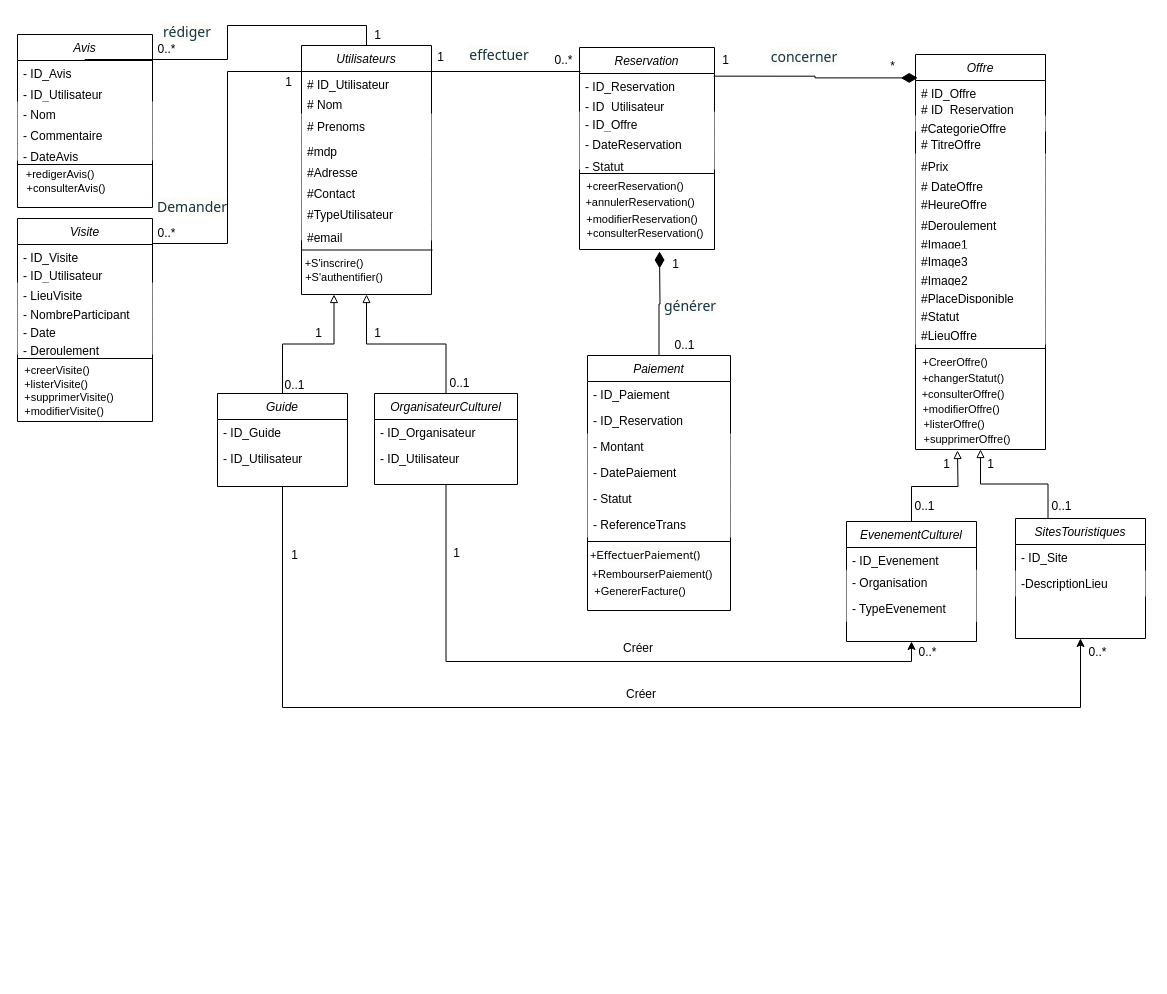
Earlier version of the draw.io diagram diagramme classe.drawio (louis-fresnel99/TpGasaL1). Source tidied: cells renumbered, new cells numbered last; positions are measured from the earlier drawing's top-left corner, leaving out a move shared by most shapes. Both pictures are drawn from the tidied source at 100%, with x=0, y=0 at pixel (17, 17).
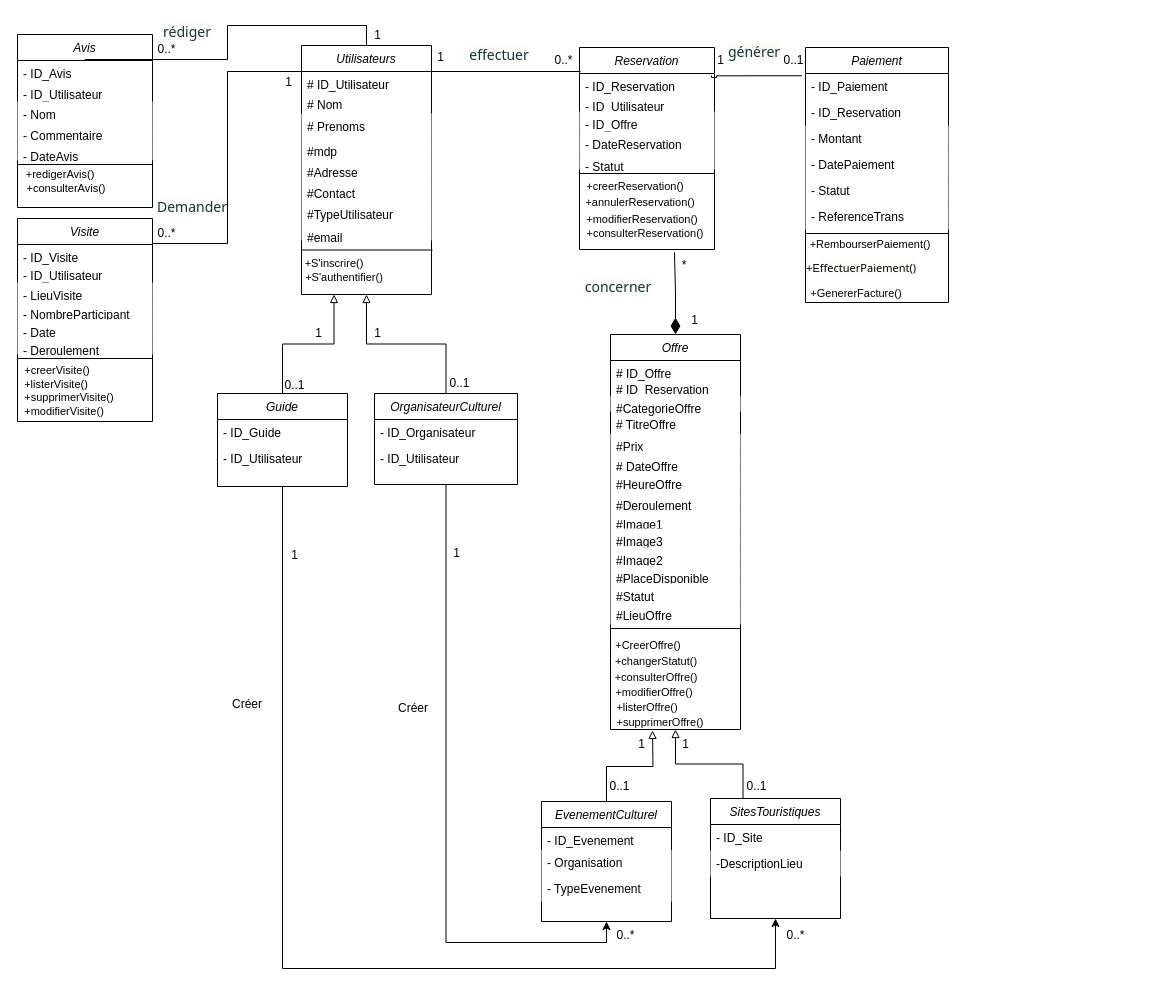
After the change.

Commit message:
Mettre à jour diagramme classe.drawio

The change refers to these unchanged cells:
```xml
<mxCell id="14" value="Guide" style="swimlane;fontStyle=2;align=center;verticalAlign=top;horizontal=1;startSize=26;rounded=0;shadow=0;strokeWidth=1;" parent="1" vertex="1">
  <mxGeometry x="200" y="376" width="130" height="93" as="geometry" />
</mxCell>
<mxCell id="19" value="OrganisateurCulturel" style="swimlane;fontStyle=2;align=center;verticalAlign=top;horizontal=1;startSize=26;rounded=0;shadow=0;strokeWidth=1;" parent="1" vertex="1">
  <mxGeometry x="357" y="376" width="143" height="91" as="geometry" />
</mxCell>
<mxCell id="23" value="- ID_Reservation" style="text;align=left;verticalAlign=top;spacingLeft=4;spacingRight=4;overflow=hidden;points=[[0,0.5],[1,0.5]];portConstraint=eastwest;" parent="22" vertex="1">
  <mxGeometry y="26" width="135" height="20" as="geometry" />
</mxCell>
<mxCell id="37" value="- ID_Paiement" style="text;align=left;verticalAlign=top;spacingLeft=4;spacingRight=4;overflow=hidden;points=[[0,0.5],[1,0.5]];portConstraint=eastwest;" parent="36" vertex="1">
  <mxGeometry y="26" width="143" height="26" as="geometry" />
</mxCell>
<mxCell id="46" value="EvenementCulturel" style="swimlane;fontStyle=2;align=center;verticalAlign=top;horizontal=1;startSize=26;rounded=0;shadow=0;strokeWidth=1;" parent="44" vertex="1">
  <mxGeometry y="467" width="130" height="120" as="geometry" />
</mxCell>
<mxCell id="51" value="SitesTouristiques" style="swimlane;fontStyle=2;align=center;verticalAlign=top;horizontal=1;startSize=26;rounded=0;shadow=0;strokeWidth=1;" parent="50" vertex="1">
  <mxGeometry x="-4" y="12" width="130" height="120" as="geometry" />
</mxCell>
<mxCell id="55" value="Offre" style="swimlane;fontStyle=2;align=center;verticalAlign=top;horizontal=1;startSize=26;rounded=0;shadow=0;strokeWidth=1;" parent="44" vertex="1">
  <mxGeometry x="69" width="130" height="395" as="geometry" />
</mxCell>
<mxCell id="56" value="# ID_Offre" style="text;align=left;verticalAlign=top;spacingLeft=4;spacingRight=4;overflow=hidden;points=[[0,0.5],[1,0.5]];portConstraint=eastwest;" parent="55" vertex="1">
  <mxGeometry y="26" width="130" height="16" as="geometry" />
</mxCell>
```

The edit, as a diff of the source:
```diff
@@
     <mxCell id="13" style="edgeStyle=orthogonalEdgeStyle;rounded=0;jettySize=auto;html=1;entryX=0.5;entryY=1;entryDx=0;entryDy=0;" parent="1" edge="1" source="14" target="51">
       <mxGeometry relative="1" as="geometry">
         <Array as="points">
-          <mxPoint x="265" y="690" />
-          <mxPoint x="1063" y="690" />
+          <mxPoint x="265" y="951" />
+          <mxPoint x="758" y="951" />
         </Array>
       </mxGeometry>
     </mxCell>
@@
     <mxCell id="18" style="edgeStyle=orthogonalEdgeStyle;rounded=0;jettySize=auto;html=1;entryX=0.5;entryY=1;entryDx=0;entryDy=0;" parent="1" edge="1" source="19" target="46">
       <mxGeometry relative="1" as="geometry">
         <Array as="points">
-          <mxPoint x="428" y="644" />
-          <mxPoint x="894" y="644" />
+          <mxPoint x="429" y="925" />
+          <mxPoint x="589" y="925" />
         </Array>
       </mxGeometry>
     </mxCell>
@@
     <mxCell id="36" value="Paiement" style="swimlane;fontStyle=2;align=center;verticalAlign=top;horizontal=1;startSize=26;rounded=0;shadow=0;strokeWidth=1;" parent="1" vertex="1">
-      <mxGeometry x="570" y="338" width="143" height="255" as="geometry" />
+      <mxGeometry x="788" y="30" width="143" height="255" as="geometry" />
     </mxCell>
@@
     <mxCell id="44" style="group;" parent="1" vertex="1">
-      <mxGeometry x="829" y="37" width="303" height="564" as="geometry" />
+      <mxGeometry x="524" y="317" width="303" height="564" as="geometry" />
     </mxCell>
@@
-    <mxCell id="71" value="*" style="text;html=1;align=center;verticalAlign=middle;whiteSpace=wrap;rounded=0;" parent="44" vertex="1">
-      <mxGeometry x="37" y="-3" width="19" height="30" as="geometry" />
-    </mxCell>
@@
-    <mxCell id="77" style="endArrow=none;html=1;endSize=12;startArrow=diamondThin;startSize=14;startFill=1;edgeStyle=orthogonalEdgeStyle;align=left;verticalAlign=bottom;rounded=0;entryX=0.5;entryY=0;entryDx=0;entryDy=0;" parent="1" edge="1" target="36">
-      <mxGeometry x="-1" y="3" relative="1" as="geometry">
-        <mxPoint x="642" y="234" as="sourcePoint" />
-      </mxGeometry>
-    </mxCell>
-    <mxCell id="78" style="endArrow=none;html=1;endSize=12;startArrow=diamondThin;startSize=14;startFill=1;edgeStyle=orthogonalEdgeStyle;align=left;verticalAlign=bottom;rounded=0;exitX=0.017;exitY=-0.162;exitDx=0;exitDy=0;exitPerimeter=0;entryX=0.994;entryY=0.133;entryDx=0;entryDy=0;entryPerimeter=0;" parent="1" edge="1" source="56" target="23">
-      <mxGeometry x="-1" y="3" relative="1" as="geometry" />
-    </mxCell>
@@
     <mxCell id="83" value="1" style="text;html=1;align=center;verticalAlign=middle;whiteSpace=wrap;rounded=0;" parent="1" vertex="1">
-      <mxGeometry x="699" y="28" width="19" height="30" as="geometry" />
+      <mxGeometry x="694" y="28" width="19" height="30" as="geometry" />
     </mxCell>
-    <mxCell id="84" value="1" style="text;html=1;align=center;verticalAlign=middle;whiteSpace=wrap;rounded=0;" parent="1" vertex="1">
-      <mxGeometry x="649" y="232" width="19" height="30" as="geometry" />
-    </mxCell>
     <mxCell id="85" value="0..1" style="text;html=1;align=center;verticalAlign=middle;whiteSpace=wrap;rounded=0;" parent="1" vertex="1">
-      <mxGeometry x="658" y="313" width="19" height="30" as="geometry" />
+      <mxGeometry x="767" y="28" width="19" height="30" as="geometry" />
     </mxCell>
@@
     <mxCell id="87" value="0..*" style="text;html=1;align=center;verticalAlign=middle;whiteSpace=wrap;rounded=0;" parent="1" vertex="1">
-      <mxGeometry x="1071" y="620" width="19" height="30" as="geometry" />
+      <mxGeometry x="599" y="903" width="19" height="30" as="geometry" />
     </mxCell>
@@
     <mxCell id="89" value="0..*" style="text;html=1;align=center;verticalAlign=middle;whiteSpace=wrap;rounded=0;" parent="1" vertex="1">
-      <mxGeometry x="901" y="620" width="19" height="30" as="geometry" />
+      <mxGeometry x="769" y="903" width="19" height="30" as="geometry" />
     </mxCell>
@@
     <mxCell id="91" value="Créer" style="text;html=1;align=center;verticalAlign=middle;whiteSpace=wrap;rounded=0;" parent="1" vertex="1">
-      <mxGeometry x="591" y="616" width="60" height="30" as="geometry" />
+      <mxGeometry x="200" y="672" width="60" height="30" as="geometry" />
     </mxCell>
     <mxCell id="92" value="Créer" style="text;html=1;align=center;verticalAlign=middle;whiteSpace=wrap;rounded=0;" parent="1" vertex="1">
-      <mxGeometry x="594" y="666" width="60" height="22" as="geometry" />
+      <mxGeometry x="366" y="680" width="60" height="22" as="geometry" />
     </mxCell>
@@
     <mxCell id="98" value="&lt;span style=&quot;color: oklch(0.304 0.04 213.681); font-family: fkGroteskNeue, &amp;quot;fkGroteskNeue Fallback&amp;quot;, ui-sans-serif, system-ui, -apple-system, BlinkMacSystemFont, &amp;quot;Segoe UI&amp;quot;, Roboto, &amp;quot;Helvetica Neue&amp;quot;, Arial, &amp;quot;Noto Sans&amp;quot;, sans-serif, &amp;quot;Apple Color Emoji&amp;quot;, &amp;quot;Segoe UI Emoji&amp;quot;, &amp;quot;Segoe UI Symbol&amp;quot;, &amp;quot;Noto Color Emoji&amp;quot;; font-size: 14px; text-align: start; background-color: oklch(0.99 0.004 106.471);&quot;&gt;générer&lt;/span&gt;" style="text;html=1;align=center;verticalAlign=middle;whiteSpace=wrap;rounded=0;" parent="1" vertex="1">
-      <mxGeometry x="643" y="274" width="60" height="30" as="geometry" />
+      <mxGeometry x="707" y="20" width="60" height="30" as="geometry" />
     </mxCell>
     <mxCell id="99" value="&lt;span style=&quot;color: oklch(0.304 0.04 213.681); font-family: fkGroteskNeue, &amp;quot;fkGroteskNeue Fallback&amp;quot;, ui-sans-serif, system-ui, -apple-system, BlinkMacSystemFont, &amp;quot;Segoe UI&amp;quot;, Roboto, &amp;quot;Helvetica Neue&amp;quot;, Arial, &amp;quot;Noto Sans&amp;quot;, sans-serif, &amp;quot;Apple Color Emoji&amp;quot;, &amp;quot;Segoe UI Emoji&amp;quot;, &amp;quot;Segoe UI Symbol&amp;quot;, &amp;quot;Noto Color Emoji&amp;quot;; font-size: 14px; text-align: start; background-color: oklch(0.99 0.004 106.471);&quot;&gt;concerner&lt;/span&gt;" style="text;html=1;align=center;verticalAlign=middle;whiteSpace=wrap;rounded=0;" parent="1" vertex="1">
-      <mxGeometry x="757" y="25" width="60" height="30" as="geometry" />
+      <mxGeometry x="571" y="255" width="60" height="30" as="geometry" />
     </mxCell>
@@
     <mxCell id="115" value="&lt;font style=&quot;font-size: 11px; color: rgb(0, 0, 0);&quot;&gt;+E&lt;span style=&quot;font-family: fkGroteskNeue, &amp;quot;fkGroteskNeue Fallback&amp;quot;, ui-sans-serif, system-ui, -apple-system, BlinkMacSystemFont, &amp;quot;Segoe UI&amp;quot;, Roboto, &amp;quot;Helvetica Neue&amp;quot;, Arial, &amp;quot;Noto Sans&amp;quot;, sans-serif, &amp;quot;Apple Color Emoji&amp;quot;, &amp;quot;Segoe UI Emoji&amp;quot;, &amp;quot;Segoe UI Symbol&amp;quot;, &amp;quot;Noto Color Emoji&amp;quot;; text-align: left; background-color: oklch(0.99 0.004 106.471);&quot;&gt;ffectuerPaiement()&lt;/span&gt;&lt;/font&gt;" style="text;html=1;align=center;verticalAlign=middle;whiteSpace=wrap;rounded=0;" parent="1" vertex="1">
-      <mxGeometry x="598" y="530" width="60" height="15" as="geometry" />
+      <mxGeometry x="814" y="243" width="60" height="15" as="geometry" />
     </mxCell>
     <mxCell id="116" value="&lt;font style=&quot;font-size: 11px;&quot;&gt;+RembourserPaiement()&lt;/font&gt;" style="text;html=1;align=center;verticalAlign=middle;whiteSpace=wrap;rounded=0;" parent="1" vertex="1">
-      <mxGeometry x="605" y="549" width="60" height="15" as="geometry" />
+      <mxGeometry x="823" y="219" width="60" height="15" as="geometry" />
     </mxCell>
     <mxCell id="117" value="&lt;font style=&quot;font-size: 11px;&quot;&gt;+GenererFacture()&lt;/font&gt;" style="text;html=1;align=center;verticalAlign=middle;whiteSpace=wrap;rounded=0;" parent="1" vertex="1">
-      <mxGeometry x="593" y="566" width="60" height="15" as="geometry" />
+      <mxGeometry x="809" y="268" width="60" height="15" as="geometry" />
     </mxCell>
     <mxCell id="118" value="&lt;font style=&quot;font-size: 11px;&quot;&gt;+CreerOffre()&lt;/font&gt;" style="text;html=1;align=center;verticalAlign=middle;whiteSpace=wrap;rounded=0;" parent="1" vertex="1">
-      <mxGeometry x="908" y="337" width="60" height="15" as="geometry" />
+      <mxGeometry x="601" y="620" width="60" height="15" as="geometry" />
     </mxCell>
     <mxCell id="119" value="&lt;font style=&quot;font-size: 11px;&quot;&gt;+consulterOffre()&lt;/font&gt;" style="text;html=1;align=center;verticalAlign=middle;whiteSpace=wrap;rounded=0;" parent="1" vertex="1">
-      <mxGeometry x="916" y="369" width="60" height="15" as="geometry" />
+      <mxGeometry x="609" y="652" width="60" height="15" as="geometry" />
     </mxCell>
     <mxCell id="120" value="&lt;font style=&quot;font-size: 11px;&quot;&gt;+modifierOffre()&lt;/font&gt;" style="text;html=1;align=center;verticalAlign=middle;whiteSpace=wrap;rounded=0;" parent="1" vertex="1">
-      <mxGeometry x="914" y="384" width="60" height="15" as="geometry" />
+      <mxGeometry x="607" y="667" width="60" height="15" as="geometry" />
     </mxCell>
     <mxCell id="121" value="&lt;font style=&quot;font-size: 11px;&quot;&gt;+supprimerOffre()&lt;/font&gt;" style="text;html=1;align=center;verticalAlign=middle;whiteSpace=wrap;rounded=0;" parent="1" vertex="1">
-      <mxGeometry x="920" y="414" width="60" height="15" as="geometry" />
+      <mxGeometry x="613" y="697" width="60" height="15" as="geometry" />
     </mxCell>
     <mxCell id="122" value="&lt;font style=&quot;font-size: 11px;&quot;&gt;+listerOffre()&lt;/font&gt;" style="text;html=1;align=center;verticalAlign=middle;whiteSpace=wrap;rounded=0;" parent="1" vertex="1">
-      <mxGeometry x="907" y="399" width="60" height="15" as="geometry" />
+      <mxGeometry x="600" y="682" width="60" height="15" as="geometry" />
     </mxCell>
     <mxCell id="123" value="&lt;font style=&quot;font-size: 11px;&quot;&gt;+changerStatut()&lt;/font&gt;" style="text;html=1;align=center;verticalAlign=middle;whiteSpace=wrap;rounded=0;" parent="1" vertex="1">
-      <mxGeometry x="916" y="353" width="60" height="15" as="geometry" />
+      <mxGeometry x="609" y="636" width="60" height="15" as="geometry" />
     </mxCell>
@@
+    <mxCell id="134" style="edgeStyle=orthogonalEdgeStyle;rounded=0;jettySize=auto;html=1;exitX=0;exitY=1;exitDx=0;exitDy=0;entryX=-0.025;entryY=0.087;entryDx=0;entryDy=0;entryPerimeter=0;endArrow=none;startFill=0;" parent="1" edge="1" source="83" target="37">
+      <mxGeometry relative="1" as="geometry">
+        <Array as="points">
+          <mxPoint x="699" y="60" />
+        </Array>
+      </mxGeometry>
+    </mxCell>
+    <mxCell id="135" style="endArrow=none;html=1;endSize=12;startArrow=diamondThin;startSize=14;startFill=1;edgeStyle=orthogonalEdgeStyle;align=left;verticalAlign=bottom;rounded=0;exitX=0.5;exitY=0;exitDx=0;exitDy=0;" parent="1" edge="1" source="55">
+      <mxGeometry x="-1" y="3" relative="1" as="geometry">
+        <mxPoint x="657" y="235" as="targetPoint" />
+      </mxGeometry>
+    </mxCell>
+    <mxCell id="71" value="*" style="text;html=1;align=center;verticalAlign=middle;whiteSpace=wrap;rounded=0;" parent="1" vertex="1">
+      <mxGeometry x="662" y="239" width="10" height="18" as="geometry" />
+    </mxCell>
+    <mxCell id="84" value="1" style="text;html=1;align=center;verticalAlign=middle;whiteSpace=wrap;rounded=0;" parent="1" vertex="1">
+      <mxGeometry x="668" y="287.5" width="19" height="30" as="geometry" />
+    </mxCell>
```
